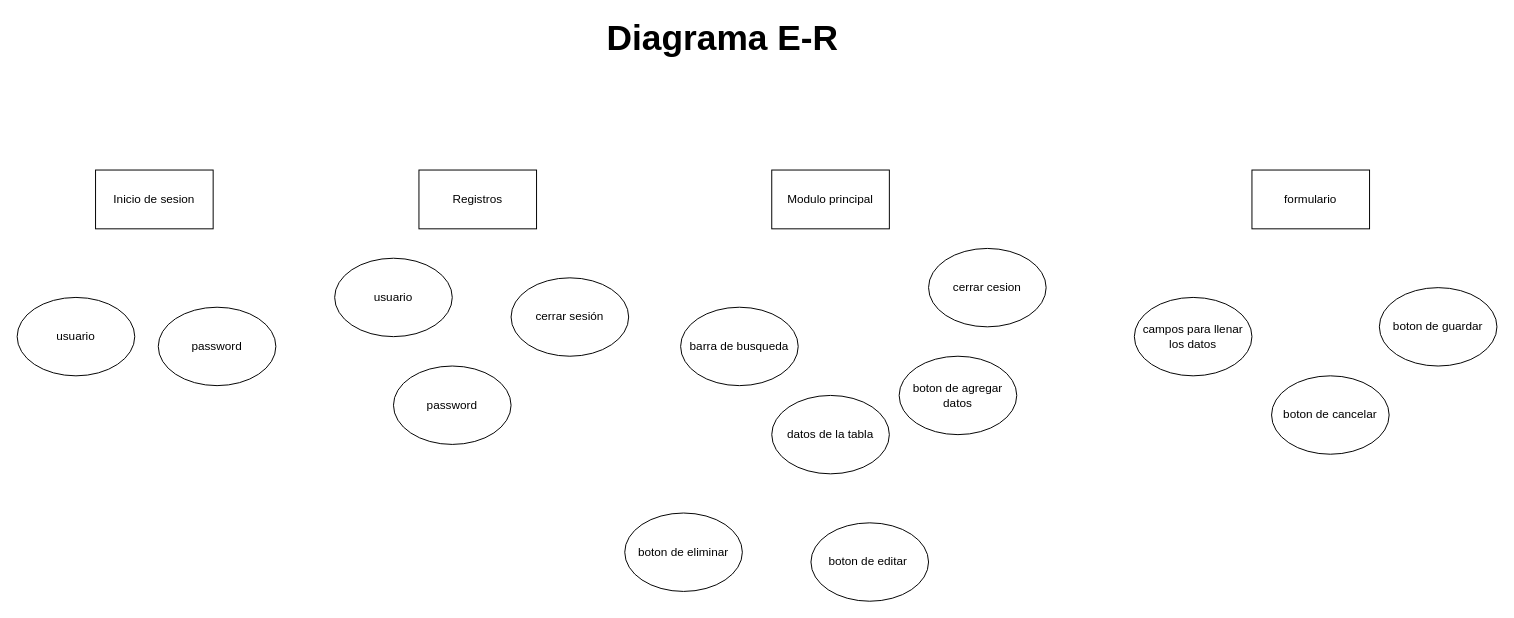
The draw.io diagram page "Página-1" (1 of 3) of ModeloUML.drawio in aliciagissell/Proyecto-Estad-as, before the edit. Source tidied: cells renumbered, new cells numbered last; positions are measured from the earlier drawing's top-left corner, leaving out a move shared by most shapes. Both pictures are drawn from the tidied source at 98%, with x=0, y=0 at pixel (17, 23).
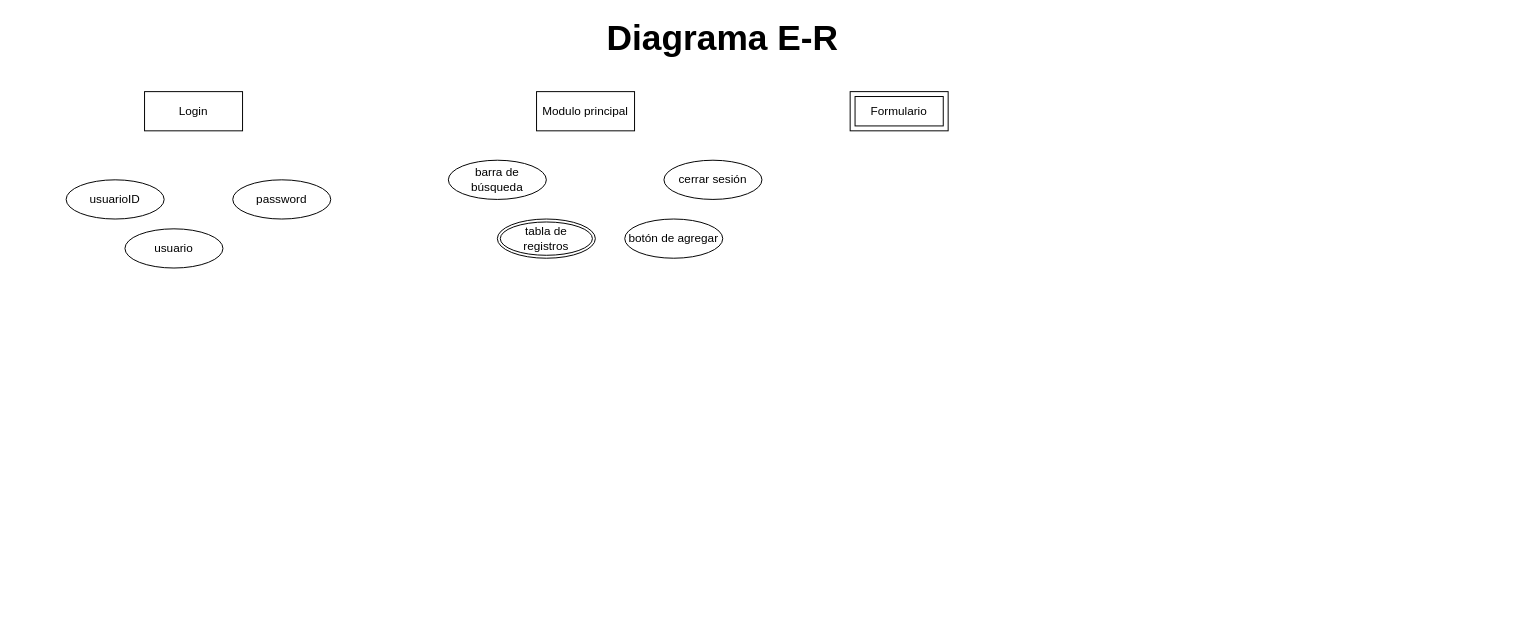
The same page after the edit.

Change to the diagram source:
```diff
@@
-    <mxCell id="2" value="Inicio de sesion" style="rounded=0;whiteSpace=wrap;html=1;" parent="1" vertex="1">
-      <mxGeometry x="80" y="150" width="120" height="60" as="geometry" />
-    </mxCell>
-    <mxCell id="3" value="Registros" style="rounded=0;whiteSpace=wrap;html=1;" parent="1" vertex="1">
-      <mxGeometry x="410" y="150" width="120" height="60" as="geometry" />
-    </mxCell>
+    <mxCell id="20" value="&lt;font style=&quot;font-size: 36px;&quot;&gt;&lt;b&gt;Diagrama E-R&lt;/b&gt;&lt;/font&gt;" style="text;html=1;align=center;verticalAlign=middle;whiteSpace=wrap;rounded=0;" parent="1" vertex="1">
+      <mxGeometry x="590" width="260" height="30" as="geometry" />
+    </mxCell>
+    <mxCell id="21" value="usuarioID" style="ellipse;whiteSpace=wrap;html=1;align=center;" parent="1" vertex="1">
+      <mxGeometry x="50" y="160" width="100" height="40" as="geometry" />
+    </mxCell>
+    <mxCell id="22" value="Login" style="whiteSpace=wrap;html=1;align=center;" parent="1" vertex="1">
+      <mxGeometry x="130" y="70" width="100" height="40" as="geometry" />
+    </mxCell>
+    <mxCell id="23" value="usuario" style="ellipse;whiteSpace=wrap;html=1;align=center;" parent="1" vertex="1">
+      <mxGeometry x="110" y="210" width="100" height="40" as="geometry" />
+    </mxCell>
+    <mxCell id="24" value="password" style="ellipse;whiteSpace=wrap;html=1;align=center;" parent="1" vertex="1">
+      <mxGeometry x="220" y="160" width="100" height="40" as="geometry" />
+    </mxCell>
-    <mxCell id="4" value="Modulo principal" style="rounded=0;whiteSpace=wrap;html=1;" parent="1" vertex="1">
-      <mxGeometry x="770" y="150" width="120" height="60" as="geometry" />
+    <mxCell id="4" value="Modulo principal" style="whiteSpace=wrap;html=1;align=center;" parent="1" vertex="1">
+      <mxGeometry x="530" y="70" width="100" height="40" as="geometry" />
     </mxCell>
-    <mxCell id="5" value="formulario" style="rounded=0;whiteSpace=wrap;html=1;" parent="1" vertex="1">
-      <mxGeometry x="1260" y="150" width="120" height="60" as="geometry" />
-    </mxCell>
-    <mxCell id="6" value="usuario" style="ellipse;whiteSpace=wrap;html=1;" parent="1" vertex="1">
-      <mxGeometry y="280" width="120" height="80" as="geometry" />
-    </mxCell>
-    <mxCell id="7" value="password" style="ellipse;whiteSpace=wrap;html=1;" parent="1" vertex="1">
-      <mxGeometry x="144" y="290" width="120" height="80" as="geometry" />
-    </mxCell>
-    <mxCell id="8" value="usuario" style="ellipse;whiteSpace=wrap;html=1;" parent="1" vertex="1">
-      <mxGeometry x="324" y="240" width="120" height="80" as="geometry" />
-    </mxCell>
-    <mxCell id="9" value="password" style="ellipse;whiteSpace=wrap;html=1;" parent="1" vertex="1">
-      <mxGeometry x="384" y="350" width="120" height="80" as="geometry" />
-    </mxCell>
-    <mxCell id="10" value="cerrar sesión" style="ellipse;whiteSpace=wrap;html=1;" parent="1" vertex="1">
-      <mxGeometry x="504" y="260" width="120" height="80" as="geometry" />
+    <mxCell id="10" value="cerrar sesión" style="ellipse;whiteSpace=wrap;html=1;align=center;" parent="1" vertex="1">
+      <mxGeometry x="660" y="140" width="100" height="40" as="geometry" />
     </mxCell>
-    <mxCell id="11" value="datos de la tabla" style="ellipse;whiteSpace=wrap;html=1;" parent="1" vertex="1">
-      <mxGeometry x="770" y="380" width="120" height="80" as="geometry" />
-    </mxCell>
-    <mxCell id="12" value="barra de busqueda" style="ellipse;whiteSpace=wrap;html=1;" parent="1" vertex="1">
-      <mxGeometry x="677" y="290" width="120" height="80" as="geometry" />
-    </mxCell>
-    <mxCell id="13" value="boton de agregar datos" style="ellipse;whiteSpace=wrap;html=1;" parent="1" vertex="1">
-      <mxGeometry x="900" y="340" width="120" height="80" as="geometry" />
-    </mxCell>
-    <mxCell id="14" value="cerrar cesion" style="ellipse;whiteSpace=wrap;html=1;" parent="1" vertex="1">
-      <mxGeometry x="930" y="230" width="120" height="80" as="geometry" />
-    </mxCell>
-    <mxCell id="15" value="boton de eliminar" style="ellipse;whiteSpace=wrap;html=1;" parent="1" vertex="1">
-      <mxGeometry x="620" y="500" width="120" height="80" as="geometry" />
-    </mxCell>
-    <mxCell id="16" value="boton de editar&amp;nbsp;" style="ellipse;whiteSpace=wrap;html=1;" parent="1" vertex="1">
-      <mxGeometry x="810" y="510" width="120" height="80" as="geometry" />
-    </mxCell>
-    <mxCell id="17" value="campos para llenar los datos" style="ellipse;whiteSpace=wrap;html=1;" parent="1" vertex="1">
-      <mxGeometry x="1140" y="280" width="120" height="80" as="geometry" />
-    </mxCell>
-    <mxCell id="18" value="boton de guardar" style="ellipse;whiteSpace=wrap;html=1;" parent="1" vertex="1">
-      <mxGeometry x="1390" y="270" width="120" height="80" as="geometry" />
-    </mxCell>
-    <mxCell id="19" value="boton de cancelar" style="ellipse;whiteSpace=wrap;html=1;" parent="1" vertex="1">
-      <mxGeometry x="1280" y="360" width="120" height="80" as="geometry" />
-    </mxCell>
-    <mxCell id="20" value="&lt;font style=&quot;font-size: 36px;&quot;&gt;&lt;b&gt;Diagrama E-R&lt;/b&gt;&lt;/font&gt;" style="text;html=1;align=center;verticalAlign=middle;whiteSpace=wrap;rounded=0;" parent="1" vertex="1">
-      <mxGeometry x="590" width="260" height="30" as="geometry" />
-    </mxCell>
+    <mxCell id="25" value="barra de búsqueda" style="ellipse;whiteSpace=wrap;html=1;align=center;" parent="1" vertex="1">
+      <mxGeometry x="440" y="140" width="100" height="40" as="geometry" />
+    </mxCell>
+    <mxCell id="26" value="botón de agregar" style="ellipse;whiteSpace=wrap;html=1;align=center;" parent="1" vertex="1">
+      <mxGeometry x="620" y="200" width="100" height="40" as="geometry" />
+    </mxCell>
+    <mxCell id="27" value="Formulario" style="shape=ext;margin=3;double=1;whiteSpace=wrap;html=1;align=center;" parent="1" vertex="1">
+      <mxGeometry x="850" y="70" width="100" height="40" as="geometry" />
+    </mxCell>
+    <mxCell id="28" value="tabla de registros" style="ellipse;shape=doubleEllipse;margin=3;whiteSpace=wrap;html=1;align=center;" parent="1" vertex="1">
+      <mxGeometry x="490" y="200" width="100" height="40" as="geometry" />
+    </mxCell>
```
